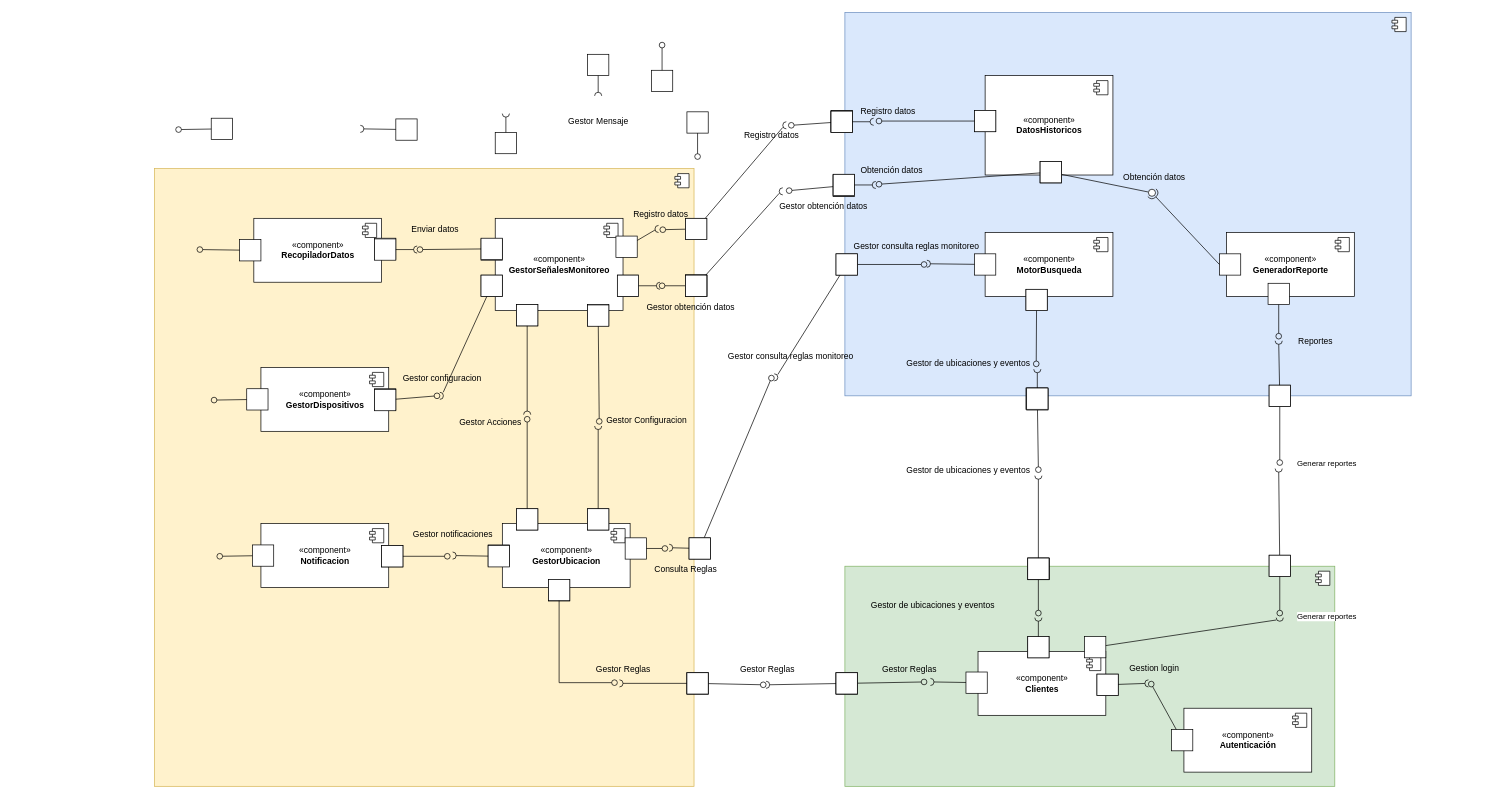
david-lyon-uniandes/ABC-PROJECT-ARQUITECTURA keeps this draw.io diagram as MODELOS/Diagrama funcional.drawio. Above is the earlier version. Source tidied: cells renumbered, new cells numbered last; positions are measured from the earlier drawing's top-left corner, leaving out a move shared by most shapes. Both pictures are drawn from the tidied source at 71%, with x=0, y=0 at pixel (154, 12).
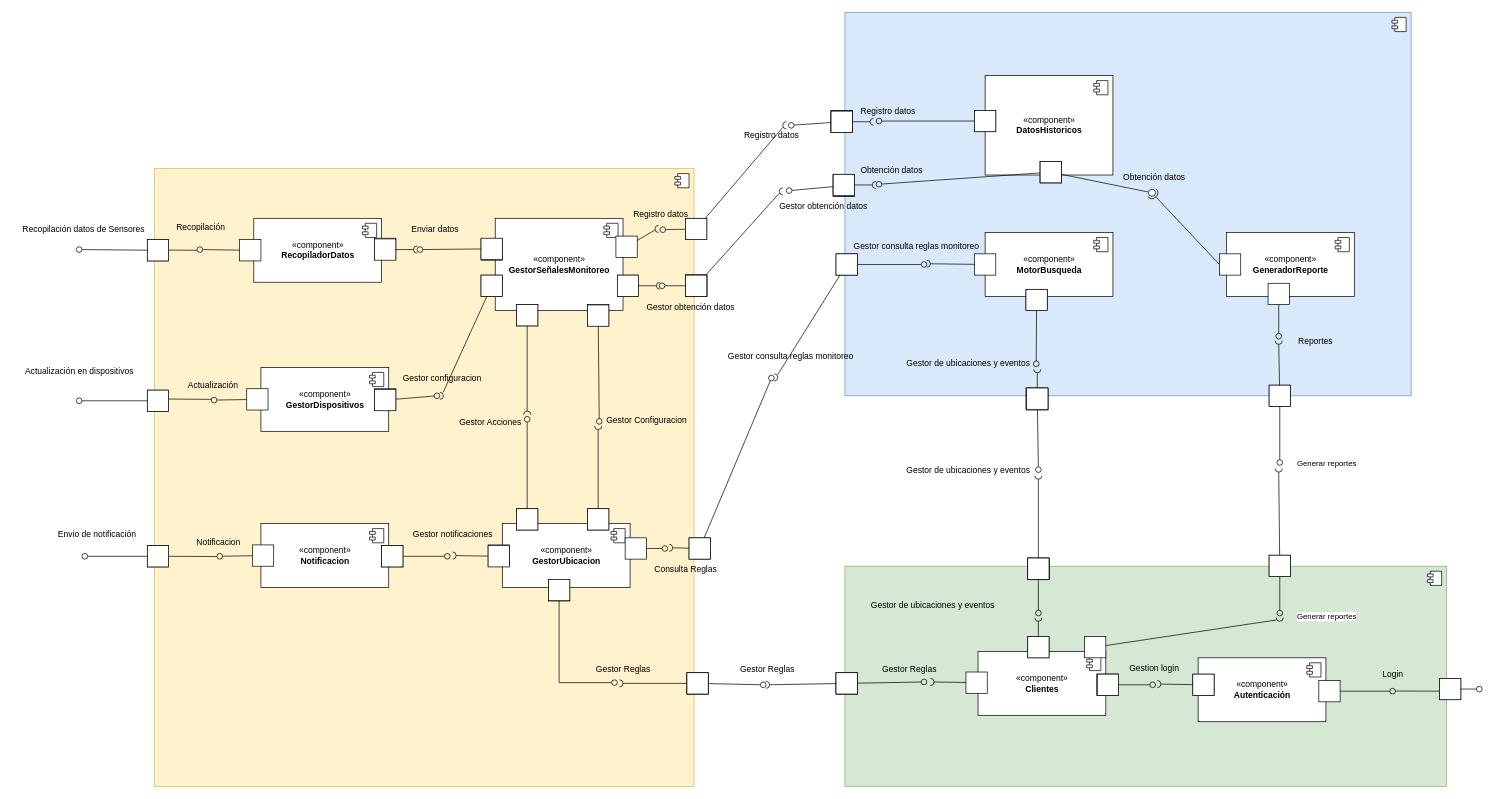
The same page after the edit.

The change refers to these unchanged cells:
```xml
<mxCell id="50" style="ellipse;html=1;fontSize=11;align=center;fillColor=none;points=[];verticalAlign=bottom;labelPosition=center;verticalLabelPosition=top;flipH=1;" parent="1" vertex="1">
  <mxGeometry x="88" y="762" width="8" height="8" as="geometry" />
</mxCell>
<mxCell id="204" style="html=1;rounded=0;" parent="1" vertex="1">
  <mxGeometry x="1327.5" y="932" width="30" height="30" as="geometry" />
</mxCell>
```

The edit, as a diff of the source:
```diff
@@
-    <mxCell id="2" style="html=1;rounded=0;direction=east;flipV=0;" parent="1" vertex="1">
-      <mxGeometry x="340" y="150" width="30" height="30" as="geometry" />
-    </mxCell>
-    <mxCell id="3" style="endArrow=none;html=1;rounded=0;align=center;verticalAlign=top;endFill=0;labelBackgroundColor=none;endSize=2;" parent="1" edge="1" source="2" target="4">
-      <mxGeometry relative="1" as="geometry" />
-    </mxCell>
-    <mxCell id="4" style="shape=requiredInterface;html=1;fontSize=11;align=center;fillColor=none;points=[];verticalAlign=bottom;labelPosition=center;verticalLabelPosition=top;flipH=1;flipV=0;rotation=-180;" parent="1" vertex="1">
-      <mxGeometry x="290" y="159" width="5" height="10" as="geometry" />
-    </mxCell>
@@
     <mxCell id="9" style="html=1;fillColor=#d5e8d4;strokeColor=#82b366;" parent="1" vertex="1">
-      <mxGeometry x="972.5" y="780" width="690" height="310" as="geometry" />
+      <mxGeometry x="972.5" y="780" width="847.5" height="310" as="geometry" />
     </mxCell>
@@
     <mxCell id="20" value="«component»&lt;br&gt;&lt;b&gt;Autenticación&lt;/b&gt;" style="html=1;" parent="1" vertex="1">
-      <mxGeometry x="1450" y="980" width="180" height="90" as="geometry" />
+      <mxGeometry x="1470" y="909" width="180" height="90" as="geometry" />
     </mxCell>
@@
-    <mxCell id="40" style="html=1;rounded=0;" parent="1" vertex="1">
-      <mxGeometry x="80" y="149" width="30" height="30" as="geometry" />
-    </mxCell>
-    <mxCell id="41" style="endArrow=none;html=1;rounded=0;align=center;verticalAlign=top;endFill=0;labelBackgroundColor=none;endSize=2;" parent="1" edge="1" source="40" target="42">
-      <mxGeometry relative="1" as="geometry" />
-    </mxCell>
-    <mxCell id="42" style="ellipse;html=1;fontSize=11;align=center;fillColor=none;points=[];verticalAlign=bottom;labelPosition=center;verticalLabelPosition=top;flipH=1;" parent="1" vertex="1">
-      <mxGeometry x="30" y="161" width="8" height="8" as="geometry" />
-    </mxCell>
@@
-    <mxCell id="51" style="html=1;rounded=0;" parent="1" vertex="1">
-      <mxGeometry x="480" y="169" width="30" height="30" as="geometry" />
-    </mxCell>
-    <mxCell id="52" style="endArrow=none;html=1;rounded=0;align=center;verticalAlign=top;endFill=0;labelBackgroundColor=none;endSize=2;" parent="1" edge="1" source="51" target="53">
-      <mxGeometry relative="1" as="geometry" />
-    </mxCell>
-    <mxCell id="53" style="shape=requiredInterface;html=1;fontSize=11;align=center;fillColor=none;points=[];verticalAlign=bottom;labelPosition=center;verticalLabelPosition=top;flipH=1;rotation=-90;" parent="1" vertex="1">
-      <mxGeometry x="492.5" y="140" width="5" height="10" as="geometry" />
-    </mxCell>
@@
-    <mxCell id="55" style="html=1;rounded=0;" parent="1" vertex="1">
-      <mxGeometry x="750" y="140" width="30" height="30" as="geometry" />
-    </mxCell>
-    <mxCell id="56" style="endArrow=none;html=1;rounded=0;align=center;verticalAlign=top;endFill=0;labelBackgroundColor=none;endSize=2;" parent="1" edge="1" source="55" target="57">
-      <mxGeometry relative="1" as="geometry" />
-    </mxCell>
-    <mxCell id="57" style="ellipse;html=1;fontSize=11;align=center;fillColor=none;points=[];verticalAlign=bottom;labelPosition=center;verticalLabelPosition=top;flipH=1;" parent="1" vertex="1">
-      <mxGeometry x="761" y="199" width="8" height="8" as="geometry" />
-    </mxCell>
@@
-    <mxCell id="59" value="Gestor Mensaje" style="text;html=1;align=center;verticalAlign=middle;strokeColor=none;fillColor=none;" parent="1" vertex="1">
-      <mxGeometry x="570" y="139" width="110" height="30" as="geometry" />
-    </mxCell>
@@
-    <mxCell id="61" style="html=1;rounded=0;direction=east;flipV=0;" parent="1" vertex="1">
-      <mxGeometry x="610" y="59" width="30" height="30" as="geometry" />
-    </mxCell>
-    <mxCell id="62" style="endArrow=none;html=1;rounded=0;align=center;verticalAlign=top;endFill=0;labelBackgroundColor=none;endSize=2;" parent="1" edge="1" source="61" target="63">
-      <mxGeometry relative="1" as="geometry" />
-    </mxCell>
-    <mxCell id="63" style="shape=requiredInterface;html=1;fontSize=11;align=center;fillColor=none;points=[];verticalAlign=bottom;labelPosition=center;verticalLabelPosition=top;flipH=1;flipV=0;rotation=90;" parent="1" vertex="1">
-      <mxGeometry x="622.5" y="110" width="5" height="10" as="geometry" />
-    </mxCell>
@@
-    <mxCell id="65" style="html=1;rounded=0;" parent="1" vertex="1">
-      <mxGeometry x="700" y="81.5" width="30" height="30" as="geometry" />
-    </mxCell>
-    <mxCell id="66" style="endArrow=none;html=1;rounded=0;align=center;verticalAlign=top;endFill=0;labelBackgroundColor=none;endSize=2;" parent="1" edge="1" source="65" target="67">
-      <mxGeometry relative="1" as="geometry" />
-    </mxCell>
-    <mxCell id="67" style="ellipse;html=1;fontSize=11;align=center;fillColor=none;points=[];verticalAlign=bottom;labelPosition=center;verticalLabelPosition=top;flipH=1;" parent="1" vertex="1">
-      <mxGeometry x="711" y="42" width="8" height="8" as="geometry" />
-    </mxCell>
@@
-    <mxCell id="205" style="endArrow=none;html=1;rounded=0;align=center;verticalAlign=top;endFill=0;labelBackgroundColor=none;endSize=2;" parent="1" edge="1" source="204" target="206">
-      <mxGeometry relative="1" as="geometry" />
-    </mxCell>
-    <mxCell id="206" style="shape=requiredInterface;html=1;fontSize=11;align=center;fillColor=none;points=[];verticalAlign=bottom;labelPosition=center;verticalLabelPosition=top;flipH=1;" parent="1" vertex="1">
-      <mxGeometry x="1395" y="940" width="5" height="10" as="geometry" />
-    </mxCell>
     <mxCell id="207" style="html=1;rounded=0;" parent="1" vertex="1">
-      <mxGeometry x="1432.5" y="1010" width="30" height="30" as="geometry" />
+      <mxGeometry x="1462.5" y="932" width="30" height="30" as="geometry" />
     </mxCell>
-    <mxCell id="208" style="endArrow=none;html=1;rounded=0;align=center;verticalAlign=top;endFill=0;labelBackgroundColor=none;endSize=2;" parent="1" edge="1" source="207" target="209">
-      <mxGeometry relative="1" as="geometry" />
-    </mxCell>
-    <mxCell id="209" style="ellipse;html=1;fontSize=11;align=center;fillColor=none;points=[];verticalAlign=bottom;labelPosition=center;verticalLabelPosition=top;flipH=1;" parent="1" vertex="1">
-      <mxGeometry x="1400" y="942" width="8" height="8" as="geometry" />
-    </mxCell>
@@
+    <mxCell id="260" style="html=1;rounded=0;direction=east;flipV=0;" parent="1" vertex="1">
+      <mxGeometry x="1462.5" y="932" width="30" height="30" as="geometry" />
+    </mxCell>
+    <mxCell id="261" style="endArrow=none;html=1;rounded=0;align=center;verticalAlign=top;endFill=0;labelBackgroundColor=none;endSize=2;" parent="1" edge="1" source="260" target="262">
+      <mxGeometry relative="1" as="geometry" />
+    </mxCell>
+    <mxCell id="262" style="shape=requiredInterface;html=1;fontSize=11;align=center;fillColor=none;points=[];verticalAlign=bottom;labelPosition=center;verticalLabelPosition=top;flipH=1;flipV=0;rotation=-180;" parent="1" vertex="1">
+      <mxGeometry x="1412.5" y="941" width="5" height="10" as="geometry" />
+    </mxCell>
+    <mxCell id="263" style="html=1;rounded=0;" parent="1" vertex="1">
+      <mxGeometry x="1328" y="932" width="30" height="30" as="geometry" />
+    </mxCell>
+    <mxCell id="264" style="endArrow=none;html=1;rounded=0;align=center;verticalAlign=top;endFill=0;labelBackgroundColor=none;endSize=2;" parent="1" edge="1" source="263" target="265">
+      <mxGeometry relative="1" as="geometry" />
+    </mxCell>
+    <mxCell id="265" style="ellipse;html=1;fontSize=11;align=center;fillColor=none;points=[];verticalAlign=bottom;labelPosition=center;verticalLabelPosition=top;flipH=1;" parent="1" vertex="1">
+      <mxGeometry x="1402" y="943" width="8" height="8" as="geometry" />
+    </mxCell>
+    <mxCell id="266" style="fontStyle=0;labelPosition=right;verticalLabelPosition=middle;align=left;verticalAlign=middle;spacingLeft=2;" parent="1" vertex="1">
+      <mxGeometry x="-10" y="532" width="30" height="30" as="geometry" />
+    </mxCell>
+    <mxCell id="267" style="fontStyle=0;labelPosition=right;verticalLabelPosition=middle;align=left;verticalAlign=middle;spacingLeft=2;" parent="1" vertex="1">
+      <mxGeometry x="-10" y="320" width="30" height="30" as="geometry" />
+    </mxCell>
+    <mxCell id="268" style="fontStyle=0;labelPosition=right;verticalLabelPosition=middle;align=left;verticalAlign=middle;spacingLeft=2;" parent="1" vertex="1">
+      <mxGeometry x="-10" y="751" width="30" height="30" as="geometry" />
+    </mxCell>
+    <mxCell id="269" style="fontStyle=0;labelPosition=right;verticalLabelPosition=middle;align=left;verticalAlign=middle;spacingLeft=2;" parent="1" vertex="1">
+      <mxGeometry x="1810" y="938" width="30" height="30" as="geometry" />
+    </mxCell>
+    <mxCell id="270" style="html=1;rounded=0;" parent="1" vertex="1">
+      <mxGeometry x="1640" y="941" width="30" height="30" as="geometry" />
+    </mxCell>
+    <mxCell id="271" style="endArrow=none;html=1;rounded=0;align=center;verticalAlign=top;endFill=0;labelBackgroundColor=none;endSize=2;" parent="1" edge="1" source="270" target="272">
+      <mxGeometry relative="1" as="geometry" />
+    </mxCell>
+    <mxCell id="272" style="ellipse;html=1;fontSize=11;align=center;fillColor=none;points=[];verticalAlign=bottom;labelPosition=center;verticalLabelPosition=top;flipH=1;" parent="1" vertex="1">
+      <mxGeometry x="1740" y="952" width="8" height="8" as="geometry" />
+    </mxCell>
+    <mxCell id="273" style="endArrow=none;html=1;rounded=0;align=center;verticalAlign=top;endFill=0;labelBackgroundColor=none;endSize=2;" parent="1" edge="1">
+      <mxGeometry relative="1" as="geometry">
+        <mxPoint x="1748" y="955.8" as="sourcePoint" />
+        <mxPoint x="1810" y="956" as="targetPoint" />
+      </mxGeometry>
+    </mxCell>
+    <mxCell id="274" style="endArrow=none;html=1;rounded=0;align=center;verticalAlign=top;endFill=0;labelBackgroundColor=none;endSize=2;entryX=1.048;entryY=0.548;entryDx=0;entryDy=0;entryPerimeter=0;exitX=1;exitY=0.5;exitDx=0;exitDy=0;" parent="1" edge="1" source="268" target="50">
+      <mxGeometry relative="1" as="geometry" />
+    </mxCell>
+    <mxCell id="275" style="endArrow=none;html=1;rounded=0;align=center;verticalAlign=top;endFill=0;labelBackgroundColor=none;endSize=2;exitX=1;exitY=0.5;exitDx=0;exitDy=0;" parent="1" edge="1">
+      <mxGeometry relative="1" as="geometry">
+        <mxPoint x="20" y="544.5" as="sourcePoint" />
+        <mxPoint x="80" y="545" as="targetPoint" />
+      </mxGeometry>
+    </mxCell>
+    <mxCell id="276" style="endArrow=none;html=1;rounded=0;align=center;verticalAlign=top;endFill=0;labelBackgroundColor=none;endSize=2;exitX=1;exitY=0.5;exitDx=0;exitDy=0;" parent="1" edge="1">
+      <mxGeometry relative="1" as="geometry">
+        <mxPoint x="20" y="334.8" as="sourcePoint" />
+        <mxPoint x="60" y="335" as="targetPoint" />
+      </mxGeometry>
+    </mxCell>
+    <mxCell id="277" style="html=1;rounded=0;" parent="1" vertex="1">
+      <mxGeometry x="-10" y="320" width="30" height="30" as="geometry" />
+    </mxCell>
+    <mxCell id="278" style="endArrow=none;html=1;rounded=0;align=center;verticalAlign=top;endFill=0;labelBackgroundColor=none;endSize=2;" parent="1" edge="1" source="277" target="279">
+      <mxGeometry relative="1" as="geometry" />
+    </mxCell>
+    <mxCell id="279" style="ellipse;html=1;fontSize=11;align=center;fillColor=none;points=[];verticalAlign=bottom;labelPosition=center;verticalLabelPosition=top;flipH=1;" parent="1" vertex="1">
+      <mxGeometry x="-110" y="330" width="8" height="8" as="geometry" />
+    </mxCell>
+    <mxCell id="280" style="html=1;rounded=0;" parent="1" vertex="1">
+      <mxGeometry x="-10" y="532" width="30" height="30" as="geometry" />
+    </mxCell>
+    <mxCell id="281" style="endArrow=none;html=1;rounded=0;align=center;verticalAlign=top;endFill=0;labelBackgroundColor=none;endSize=2;" parent="1" edge="1" source="280" target="282">
+      <mxGeometry relative="1" as="geometry" />
+    </mxCell>
+    <mxCell id="282" style="ellipse;html=1;fontSize=11;align=center;fillColor=none;points=[];verticalAlign=bottom;labelPosition=center;verticalLabelPosition=top;flipH=1;" parent="1" vertex="1">
+      <mxGeometry x="-110" y="543" width="8" height="8" as="geometry" />
+    </mxCell>
+    <mxCell id="283" style="html=1;rounded=0;" parent="1" vertex="1">
+      <mxGeometry x="-10" y="751" width="30" height="30" as="geometry" />
+    </mxCell>
+    <mxCell id="284" style="endArrow=none;html=1;rounded=0;align=center;verticalAlign=top;endFill=0;labelBackgroundColor=none;endSize=2;" parent="1" edge="1" source="283" target="285">
+      <mxGeometry relative="1" as="geometry" />
+    </mxCell>
+    <mxCell id="285" style="ellipse;html=1;fontSize=11;align=center;fillColor=none;points=[];verticalAlign=bottom;labelPosition=center;verticalLabelPosition=top;flipH=1;" parent="1" vertex="1">
+      <mxGeometry x="-102" y="762" width="8" height="8" as="geometry" />
+    </mxCell>
+    <mxCell id="286" style="html=1;rounded=0;" parent="1" vertex="1">
+      <mxGeometry x="1810" y="938" width="30" height="30" as="geometry" />
+    </mxCell>
+    <mxCell id="287" style="endArrow=none;html=1;rounded=0;align=center;verticalAlign=top;endFill=0;labelBackgroundColor=none;endSize=2;" parent="1" edge="1" source="286" target="288">
+      <mxGeometry relative="1" as="geometry" />
+    </mxCell>
+    <mxCell id="288" style="ellipse;html=1;fontSize=11;align=center;fillColor=none;points=[];verticalAlign=bottom;labelPosition=center;verticalLabelPosition=top;flipH=1;" parent="1" vertex="1">
+      <mxGeometry x="1862" y="949" width="8" height="8" as="geometry" />
+    </mxCell>
+    <mxCell id="289" value="Login" style="text;html=1;align=center;verticalAlign=middle;strokeColor=none;fillColor=none;" parent="1" vertex="1">
+      <mxGeometry x="1719" y="917" width="50" height="30" as="geometry" />
+    </mxCell>
+    <mxCell id="290" value="Notificacion" style="text;html=1;align=center;verticalAlign=middle;strokeColor=none;fillColor=none;" parent="1" vertex="1">
+      <mxGeometry x="45" y="732" width="90" height="30" as="geometry" />
+    </mxCell>
+    <mxCell id="291" value="Actualización&amp;nbsp;" style="text;html=1;align=center;verticalAlign=middle;strokeColor=none;fillColor=none;" parent="1" vertex="1">
+      <mxGeometry x="34" y="510" width="100" height="30" as="geometry" />
+    </mxCell>
+    <mxCell id="292" value="Recopilación" style="text;html=1;align=center;verticalAlign=middle;strokeColor=none;fillColor=none;" parent="1" vertex="1">
+      <mxGeometry x="20" y="288" width="90" height="30" as="geometry" />
+    </mxCell>
+    <mxCell id="293" value="Recopilación datos de Sensores" style="text;html=1;align=center;verticalAlign=middle;strokeColor=none;fillColor=none;" parent="1" vertex="1">
+      <mxGeometry x="-200" y="291" width="200" height="30" as="geometry" />
+    </mxCell>
+    <mxCell id="294" value="Actualización en dispositivos" style="text;html=1;align=center;verticalAlign=middle;strokeColor=none;fillColor=none;" parent="1" vertex="1">
+      <mxGeometry x="-196" y="491" width="180" height="30" as="geometry" />
+    </mxCell>
+    <mxCell id="295" value="Envio de notificación" style="text;html=1;align=center;verticalAlign=middle;strokeColor=none;fillColor=none;" parent="1" vertex="1">
+      <mxGeometry x="-146" y="721" width="130" height="30" as="geometry" />
+    </mxCell>
```
